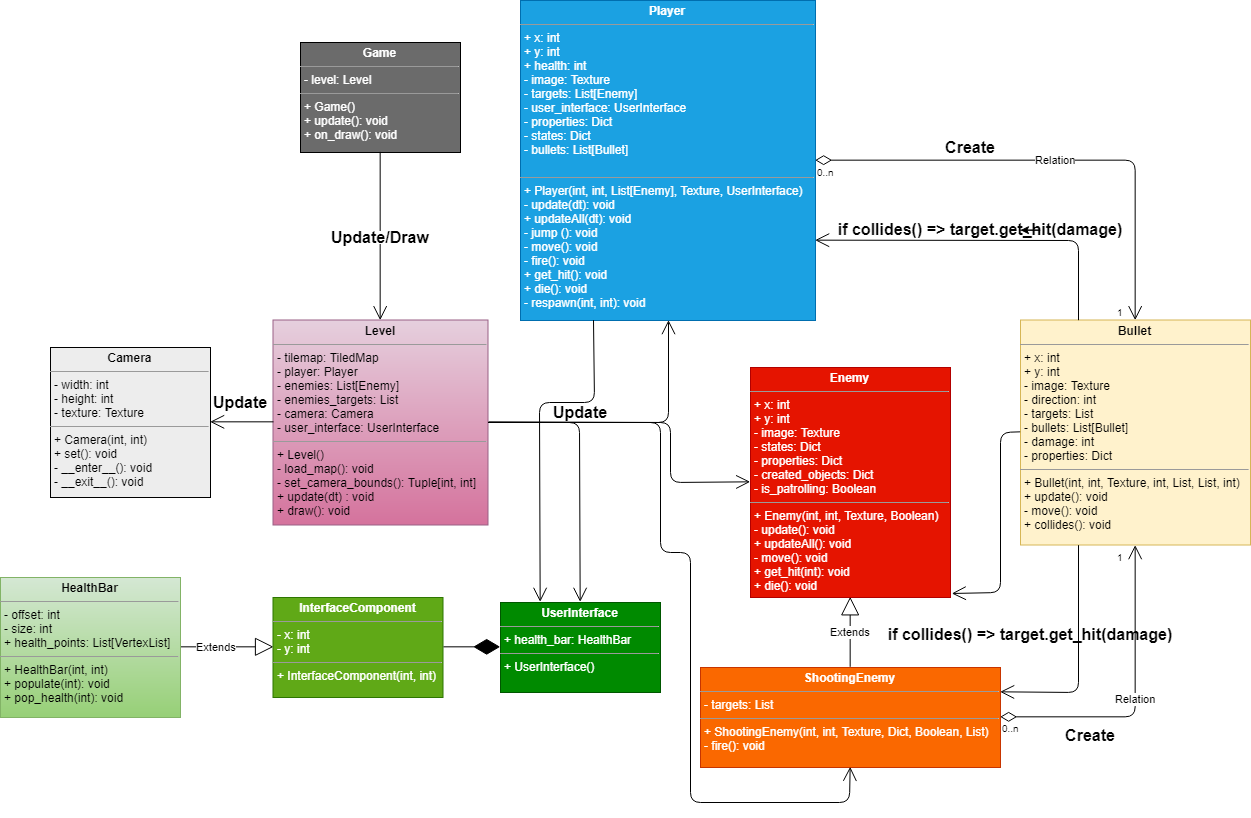
Before: UML/UML.png, a diagram exported from draw.io (rkajaste/pyglet-example). Source tidied: cells renumbered, new cells last; positions are measured from the earlier drawing's top-left corner, leaving out a move shared by most shapes.
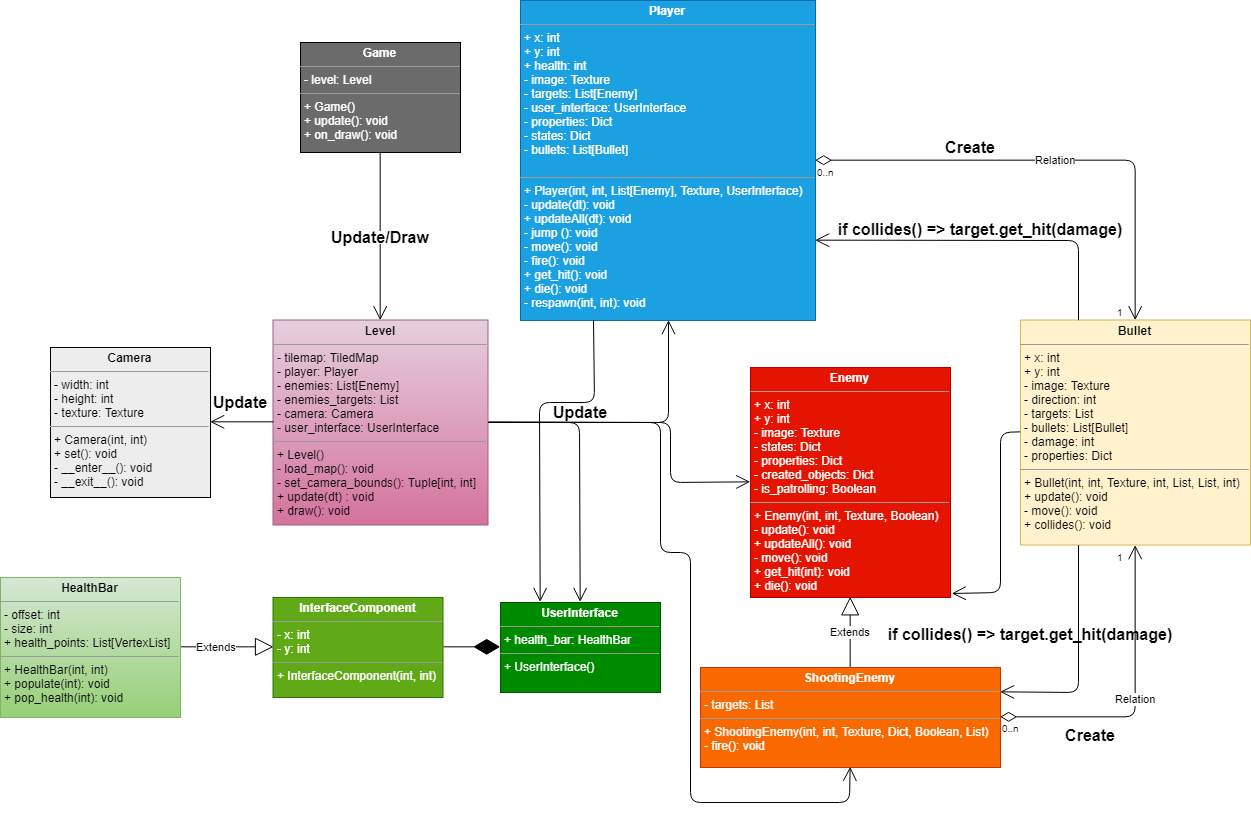
The same diagram one commit later.

Change to the diagram source:
```diff
@@ -156,8 +156,5 @@
     <mxCell id="37" value="Create" style="text;align=center;fontStyle=1;verticalAlign=middle;spacingLeft=3;spacingRight=3;strokeColor=none;fontSize=16;fontColor=#030303;" parent="1" vertex="1">
       <mxGeometry x="1050" y="722" width="80" height="26" as="geometry" />
     </mxCell>
-    <mxCell id="38" style="edgeStyle=orthogonalEdgeStyle;rounded=0;orthogonalLoop=1;jettySize=auto;html=1;exitX=1;exitY=0.5;exitDx=0;exitDy=0;fontSize=16;fontColor=#030303;" parent="1" edge="1" source="34" target="34">
-      <mxGeometry relative="1" as="geometry" />
-    </mxCell>
   </root>
 </mxGraphModel>
```
